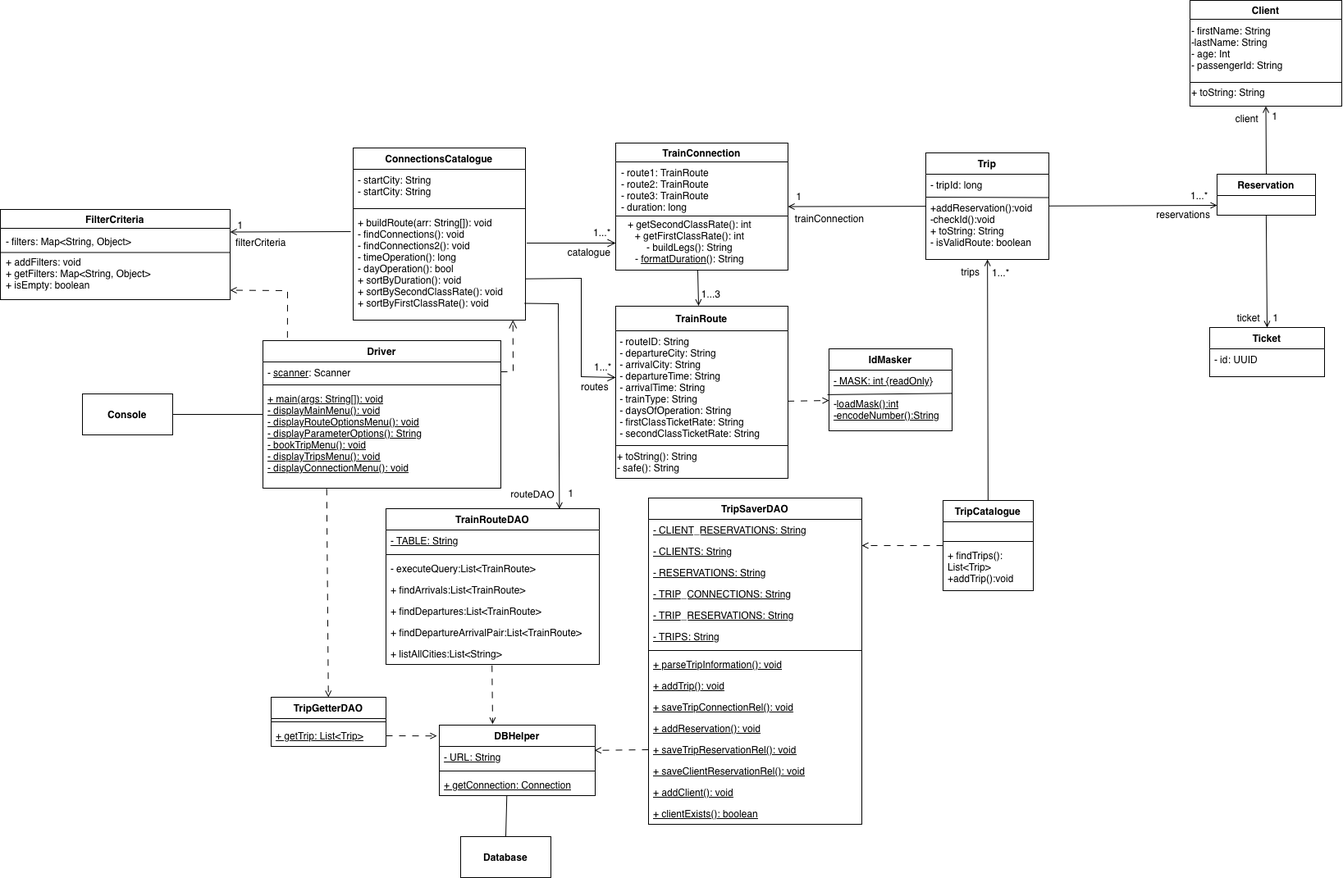
The draw.io diagram docs/class-diagram.png in darcymccoy/soen342-requirements-and-deployment, before a commit. Source tidied: cells renumbered, new cells last; positions are measured from the earlier drawing's top-left corner, leaving out a move shared by most shapes.
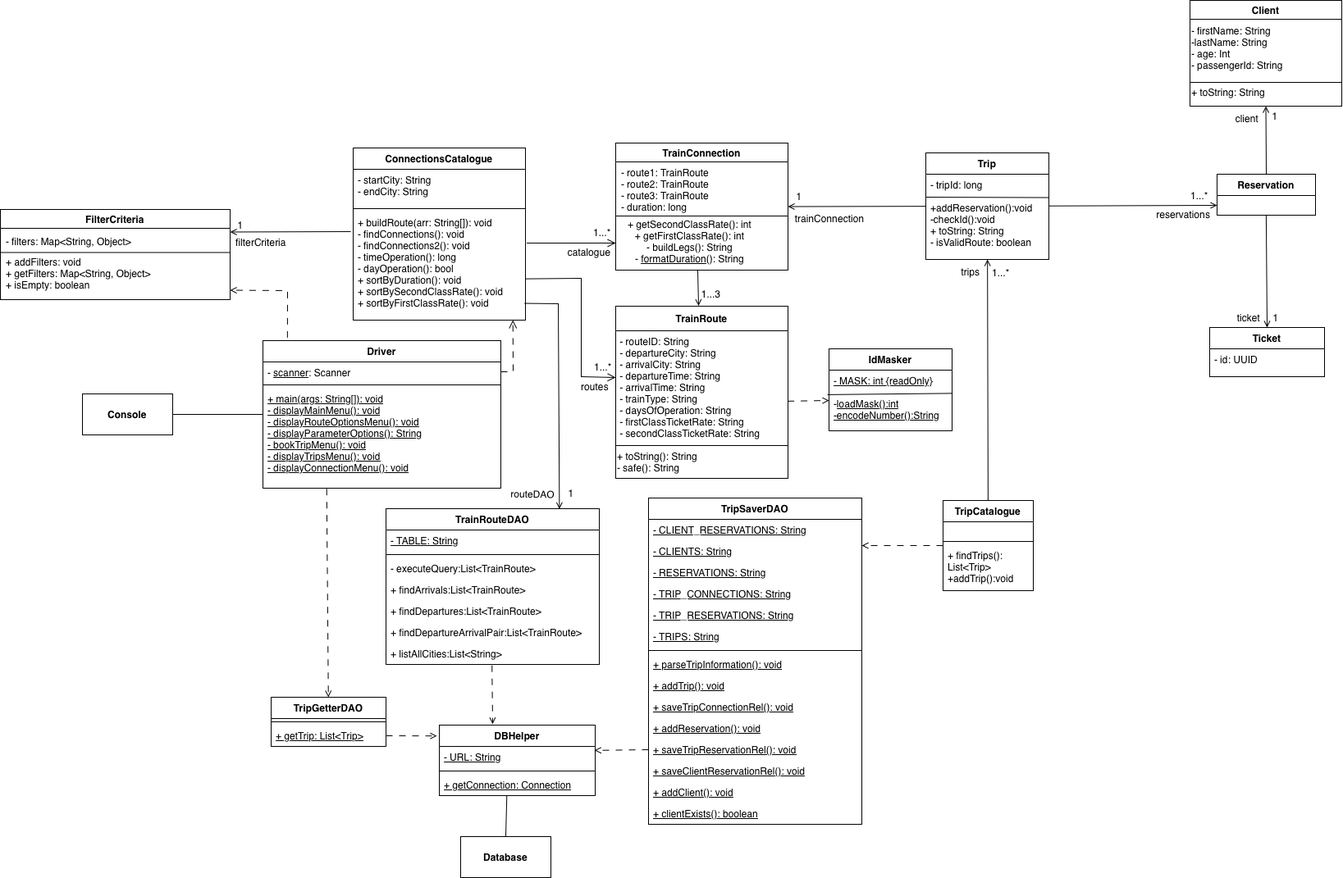
After the commit.

Commit message:
fixed a small naming issue in the class diagram and updated the database data

Change to the diagram source:
```diff
@@ -50,7 +50,7 @@
     <mxCell id="16" value="ConnectionsCatalogue" style="swimlane;fontStyle=1;align=center;verticalAlign=top;horizontal=1;startSize=26;whiteSpace=wrap;html=1;" parent="1" vertex="1">
       <mxGeometry x="430" y="180" width="210" height="210" as="geometry" />
     </mxCell>
-    <mxCell id="17" value="&lt;div&gt;- startCity: String&lt;/div&gt;&lt;div&gt;- startCity: String&lt;/div&gt;" style="text;strokeColor=none;fillColor=none;align=left;verticalAlign=top;spacingLeft=4;spacingRight=4;overflow=hidden;whiteSpace=wrap;html=1;" parent="16" vertex="1">
+    <mxCell id="17" value="&lt;div&gt;- startCity: String&lt;/div&gt;&lt;div&gt;- endCity: String&lt;/div&gt;" style="text;strokeColor=none;fillColor=none;align=left;verticalAlign=top;spacingLeft=4;spacingRight=4;overflow=hidden;whiteSpace=wrap;html=1;" parent="16" vertex="1">
       <mxGeometry y="26" width="210" height="44" as="geometry" />
     </mxCell>
     <mxCell id="18" style="line;strokeWidth=1;fillColor=none;align=left;verticalAlign=middle;spacingTop=-1;spacingLeft=3;spacingRight=3;labelPosition=right;strokeColor=inherit;" parent="16" vertex="1">
```
